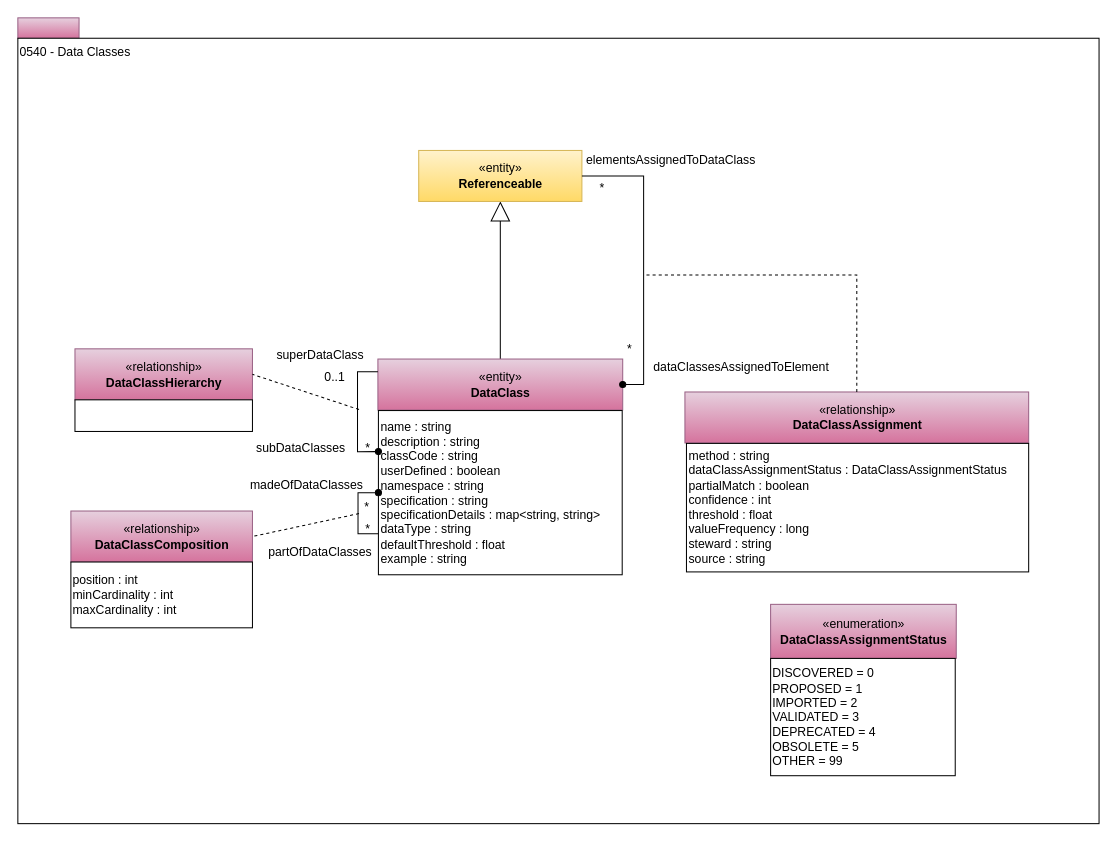
Above: page "0540-Data-Classes" (25 of 36) of site/docs/types/5/area-5-models-and-schema.drawio in odpi/egeria-docs (draw.io), before the change. Source tidied: cells renumbered, new cells numbered last; positions are measured from the earlier drawing's top-left corner, leaving out a move shared by most shapes. Both pictures are drawn from the tidied source at 102%, with x=0, y=0 at pixel (17, 17).
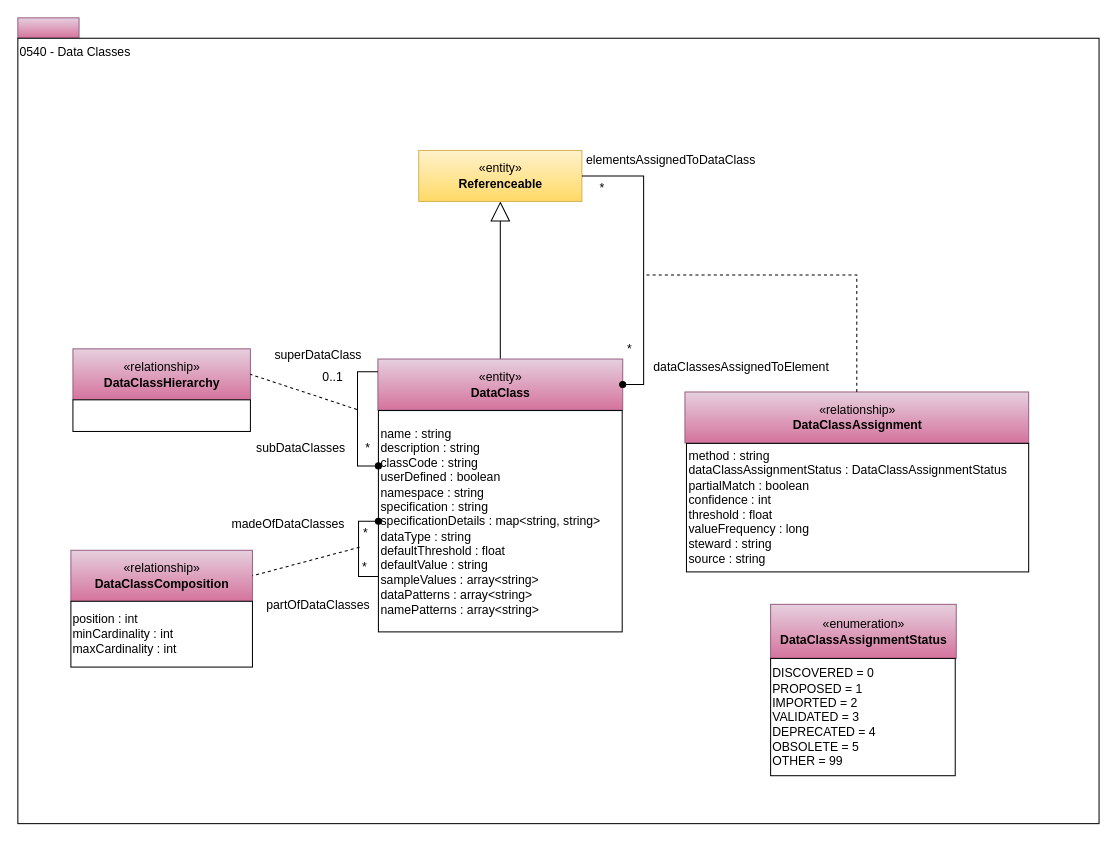
The same page after the edit.

Change to the diagram source:
```diff
@@
-    <mxCell id="6" value="&lt;span&gt;name : string&lt;/span&gt;&lt;br&gt;&lt;span&gt;description : string&lt;/span&gt;&lt;br&gt;&lt;span&gt;classCode : string&lt;/span&gt;&lt;br&gt;&lt;span&gt;userDefined : boolean&lt;/span&gt;&lt;br&gt;&lt;span&gt;namespace : string&lt;/span&gt;&lt;br&gt;&lt;span&gt;specification : string&lt;/span&gt;&lt;br&gt;&lt;span&gt;specificationDetails : map&amp;lt;string, string&amp;gt;&lt;/span&gt;&lt;br&gt;&lt;span&gt;dataType : string&lt;/span&gt;&lt;br&gt;&lt;span&gt;defaultThreshold : float&lt;/span&gt;&lt;br&gt;&lt;span&gt;example : string&lt;/span&gt;" style="rounded=0;whiteSpace=wrap;html=1;strokeColor=#000000;gradientColor=#ffffff;align=left;" parent="1" vertex="1">
-      <mxGeometry x="353.5" y="385" width="239" height="161" as="geometry" />
+    <mxCell id="6" value="&lt;span&gt;name : string&lt;/span&gt;&lt;br&gt;&lt;span&gt;description : string&lt;/span&gt;&lt;br&gt;&lt;span&gt;classCode : string&lt;/span&gt;&lt;br&gt;&lt;span&gt;userDefined : boolean&lt;/span&gt;&lt;br&gt;&lt;span&gt;namespace : string&lt;/span&gt;&lt;br&gt;&lt;span&gt;specification : string&lt;/span&gt;&lt;br&gt;&lt;span&gt;specificationDetails : map&amp;lt;string, string&amp;gt;&lt;/span&gt;&lt;div&gt;&lt;span&gt;dataType : string&lt;/span&gt;&lt;/div&gt;&lt;div&gt;&lt;span&gt;defaultThreshold : float&lt;/span&gt;&lt;/div&gt;&lt;div&gt;&lt;span style=&quot;background-color: transparent; color: light-dark(rgb(0, 0, 0), rgb(255, 255, 255));&quot;&gt;defaultValue : string&lt;/span&gt;&lt;br&gt;&lt;/div&gt;&lt;div&gt;sampleValues : array&amp;lt;string&amp;gt;&lt;br&gt;dataPatterns : array&amp;lt;string&amp;gt;&lt;br&gt;namePatterns : array&amp;lt;string&amp;gt;&lt;span&gt;&lt;/span&gt;&lt;/div&gt;" style="rounded=0;whiteSpace=wrap;html=1;strokeColor=#000000;gradientColor=#ffffff;align=left;" parent="1" vertex="1">
+      <mxGeometry x="353.5" y="385" width="239" height="217" as="geometry" />
     </mxCell>
@@
     <mxCell id="8" value="«relationship»&lt;br&gt;&lt;b&gt;DataClassHierarchy&lt;/b&gt;" style="html=1;strokeColor=#996185;align=center;fillColor=#e6d0de;gradientColor=#d5739d;" parent="1" vertex="1">
-      <mxGeometry x="56" y="324.5" width="174" height="50" as="geometry" />
+      <mxGeometry x="54" y="324.5" width="174" height="50" as="geometry" />
     </mxCell>
     <mxCell id="9" style="endArrow=none;dashed=1;html=1;entryX=1;entryY=0.5;" parent="1" edge="1" target="8">
       <mxGeometry relative="1" as="geometry">
-        <mxPoint x="334.5" y="384" as="sourcePoint" />
+        <mxPoint x="332.5" y="384" as="sourcePoint" />
       </mxGeometry>
     </mxCell>
     <mxCell id="10" style="rounded=0;whiteSpace=wrap;html=1;strokeColor=#000000;gradientColor=#ffffff;align=center;" parent="1" vertex="1">
-      <mxGeometry x="56" y="374.5" width="174" height="31" as="geometry" />
+      <mxGeometry x="54" y="374.5" width="174" height="31" as="geometry" />
     </mxCell>
@@
     <mxCell id="20" value="«relationship»&lt;br&gt;&lt;b&gt;DataClassComposition&lt;/b&gt;" style="html=1;strokeColor=#996185;align=center;fillColor=#e6d0de;gradientColor=#d5739d;" parent="1" vertex="1">
-      <mxGeometry x="52" y="483.5" width="178" height="50" as="geometry" />
+      <mxGeometry x="52" y="522" width="178" height="50" as="geometry" />
     </mxCell>
     <mxCell id="21" style="endArrow=none;dashed=1;html=1;entryX=1;entryY=0.5;" parent="1" edge="1" target="20">
       <mxGeometry relative="1" as="geometry">
-        <mxPoint x="334.5" y="486" as="sourcePoint" />
+        <mxPoint x="335" y="519" as="sourcePoint" />
       </mxGeometry>
     </mxCell>
     <mxCell id="22" value="position : int&lt;br&gt;minCardinality : int&lt;br&gt;maxCardinality : int" style="rounded=0;whiteSpace=wrap;html=1;strokeColor=#000000;gradientColor=#ffffff;align=left;" parent="1" vertex="1">
-      <mxGeometry x="52" y="533.5" width="178" height="64.5" as="geometry" />
+      <mxGeometry x="52" y="572" width="178" height="64.5" as="geometry" />
     </mxCell>
     <mxCell id="23" value="superDataClass" style="text;html=1;align=left;verticalAlign=top;spacingTop=-4;" parent="1" vertex="1">
-      <mxGeometry x="251.5" y="320.5" width="95" height="14" as="geometry" />
+      <mxGeometry x="249.5" y="320.5" width="95" height="14" as="geometry" />
     </mxCell>
     <mxCell id="24" value="0..1" style="text;html=1;align=left;verticalAlign=top;spacingTop=-4;" parent="1" vertex="1">
-      <mxGeometry x="299" y="342.5" width="30" height="14" as="geometry" />
+      <mxGeometry x="297" y="342.5" width="30" height="14" as="geometry" />
     </mxCell>
@@
     <mxCell id="27" value="*" style="text;html=1;align=left;verticalAlign=top;spacingTop=-4;" parent="1" vertex="1">
-      <mxGeometry x="338.5" y="491.5" width="15" height="14" as="geometry" />
+      <mxGeometry x="336.5" y="494.5" width="15" height="14" as="geometry" />
     </mxCell>
     <mxCell id="28" value="*" style="text;html=1;align=left;verticalAlign=top;spacingTop=-4;" parent="1" vertex="1">
-      <mxGeometry x="338" y="469.5" width="15" height="14" as="geometry" />
+      <mxGeometry x="336" y="529.2" width="15" height="14" as="geometry" />
     </mxCell>
     <mxCell id="29" value="madeOfDataClasses" style="text;html=1;align=left;verticalAlign=top;spacingTop=-4;" parent="1" vertex="1">
-      <mxGeometry x="225.5" y="448" width="121" height="14" as="geometry" />
+      <mxGeometry x="208" y="486.5" width="121" height="14" as="geometry" />
     </mxCell>
     <mxCell id="30" value="partOfDataClasses" style="text;html=1;align=left;verticalAlign=top;spacingTop=-4;" parent="1" vertex="1">
-      <mxGeometry x="243.5" y="513.5" width="111" height="14" as="geometry" />
+      <mxGeometry x="242" y="566" width="111" height="14" as="geometry" />
     </mxCell>
@@
     <mxCell id="32" style="edgeStyle=orthogonalEdgeStyle;rounded=0;orthogonalLoop=1;jettySize=auto;html=1;exitX=0;exitY=0.5;exitDx=0;exitDy=0;entryX=0;entryY=0.75;entryDx=0;entryDy=0;endArrow=none;endFill=0;startArrow=oval;startFill=1;" parent="1" edge="1" source="6" target="6">
       <mxGeometry relative="1" as="geometry">
         <Array as="points">
-          <mxPoint x="333.5" y="466" />
-          <mxPoint x="333.5" y="506" />
+          <mxPoint x="334" y="494" />
+          <mxPoint x="334" y="548" />
         </Array>
       </mxGeometry>
     </mxCell>
```
